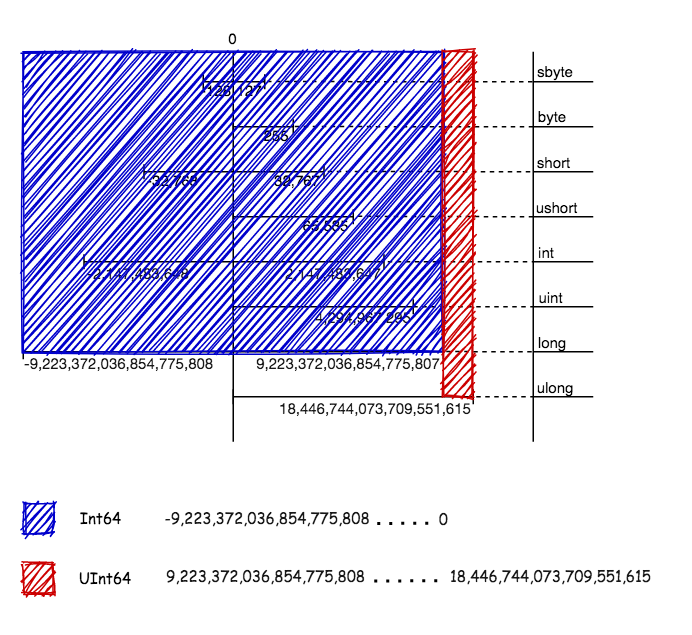
This is 001-Types/001-Integral numerci types/006-integer_literal/docs/inetger literal.png from Hunor85/C-sharp, a draw.io export, as it was before one commit. Source tidied: cells renumbered, new cells last; positions are measured from the earlier drawing's top-left corner, leaving out a move shared by most shapes.
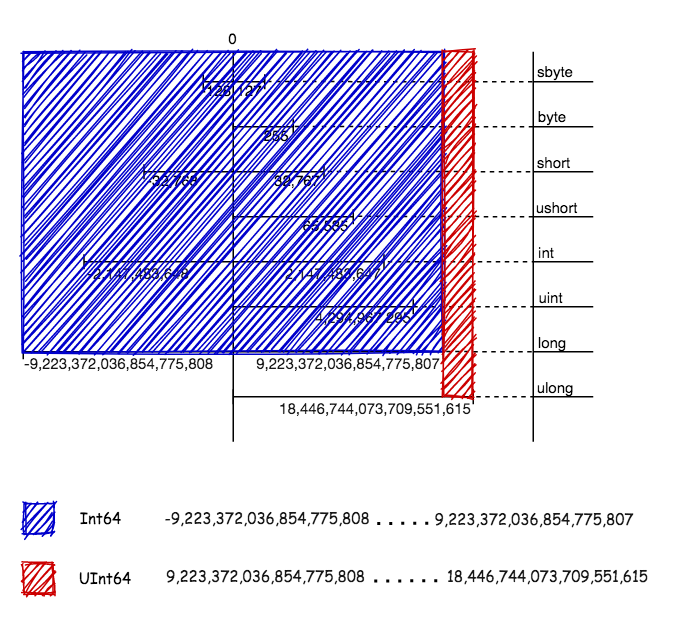
The same file after the commit.

What changed in the source:
```diff
@@ -215,11 +215,8 @@
     <mxCell id="54" value="&lt;span style=&quot;font-size: 10px&quot;&gt;&lt;font face=&quot;Comic Sans MS&quot;&gt;UInt64&lt;/font&gt;&lt;/span&gt;" style="text;html=1;strokeColor=none;fillColor=none;align=center;verticalAlign=middle;whiteSpace=wrap;rounded=0;fontSize=10;" parent="1" vertex="1">
       <mxGeometry x="35.5" y="360" width="40" height="20" as="geometry" />
     </mxCell>
-    <mxCell id="55" value="&lt;div style=&quot;text-align: left&quot;&gt;&lt;font color=&quot;#171717&quot; face=&quot;Comic Sans MS&quot;&gt;&lt;span style=&quot;background-color: rgb(255 , 255 , 255)&quot;&gt;0&lt;/span&gt;&lt;/font&gt;&lt;/div&gt;" style="text;html=1;strokeColor=none;fillColor=none;align=center;verticalAlign=middle;whiteSpace=wrap;rounded=0;fontSize=10;" parent="1" vertex="1">
-      <mxGeometry x="273" y="320" width="17" height="22" as="geometry" />
-    </mxCell>
     <mxCell id="56" value="&lt;span style=&quot;color: rgb(23 , 23 , 23) ; text-align: left ; background-color: rgb(255 , 255 , 255) ; font-size: 10px&quot;&gt;&lt;font style=&quot;font-size: 10px&quot; face=&quot;Comic Sans MS&quot;&gt;18,446,744,073,709,551,615&lt;/font&gt;&lt;/span&gt;" style="text;html=1;strokeColor=none;fillColor=none;align=center;verticalAlign=middle;whiteSpace=wrap;rounded=0;fontSize=10;" parent="1" vertex="1">
-      <mxGeometry x="288" y="358" width="130" height="22" as="geometry" />
+      <mxGeometry x="286" y="358" width="130" height="22" as="geometry" />
     </mxCell>
     <mxCell id="57" style="endArrow=none;dashed=1;html=1;dashPattern=1 3;strokeWidth=2;exitX=0.983;exitY=0.692;exitDx=0;exitDy=0;exitPerimeter=0;entryX=0;entryY=0.682;entryDx=0;entryDy=0;entryPerimeter=0;" parent="1" edge="1">
       <mxGeometry relative="1" as="geometry">
@@ -239,5 +236,8 @@
     <mxCell id="60" value="&lt;span style=&quot;font-style: normal ; font-weight: normal ; letter-spacing: normal ; text-indent: 0px ; text-transform: none ; word-spacing: 0px ; text-decoration: none ; color: rgb(23 , 23 , 23) ; text-align: left ; background-color: rgb(255 , 255 , 255) ; float: none ; display: inline ; font-size: 10px&quot;&gt;&lt;font style=&quot;font-size: 10px&quot; face=&quot;Comic Sans MS&quot;&gt;9,223,372,036,854,775,808&lt;/font&gt;&lt;/span&gt;" style="text;html=1;strokeColor=none;fillColor=none;align=center;verticalAlign=middle;whiteSpace=wrap;rounded=0;fontSize=10;" parent="1" vertex="1">
       <mxGeometry x="103" y="358" width="120" height="22" as="geometry" />
     </mxCell>
+    <mxCell id="61" value="&lt;span style=&quot;font-style: normal ; font-weight: normal ; letter-spacing: normal ; text-indent: 0px ; text-transform: none ; word-spacing: 0px ; text-decoration: none ; color: rgb(23 , 23 , 23) ; text-align: left ; background-color: rgb(255 , 255 , 255) ; float: none ; display: inline ; font-size: 10px&quot;&gt;&lt;font style=&quot;font-size: 10px&quot; face=&quot;Comic Sans MS&quot;&gt;9,223,372,036,854,775,807&lt;/font&gt;&lt;/span&gt;" style="text;html=1;strokeColor=none;fillColor=none;align=center;verticalAlign=middle;whiteSpace=wrap;rounded=0;fontSize=10;" parent="1" vertex="1">
+      <mxGeometry x="282" y="320" width="120" height="22" as="geometry" />
+    </mxCell>
   </root>
 </mxGraphModel>
```
